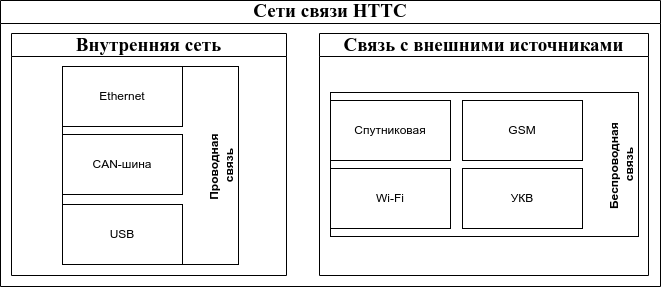
dreddsa5dies/phd keeps this draw.io diagram as Dissertation/images/drawio/ntts_link.drawio.png. Above is the earlier version. Source tidied: cells renumbered, new cells last; positions are measured from the earlier drawing's top-left corner, leaving out a move shared by most shapes.
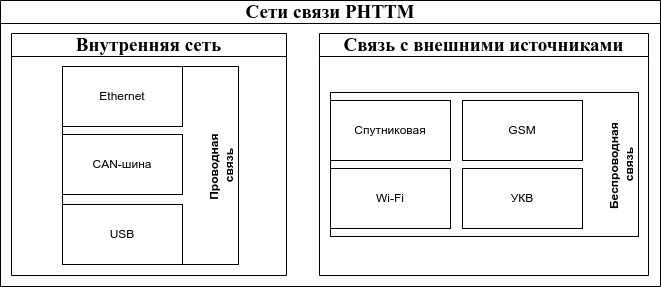
The same diagram one commit later.

What changed in the source:
```diff
@@ -8,7 +8,7 @@
     <mxCell id="3" value="Внутренняя сеть" style="swimlane;whiteSpace=wrap;html=1;fontFamily=Times New Roman;fontSize=19;" parent="1" vertex="1">
       <mxGeometry x="11" y="33" width="275" height="242" as="geometry" />
     </mxCell>
-    <mxCell id="4" value="Сети связи НТТС" style="swimlane;whiteSpace=wrap;html=1;fontFamily=Times New Roman;fontSize=19;" parent="1" vertex="1">
+    <mxCell id="4" value="Сети связи РНТТМ" style="swimlane;whiteSpace=wrap;html=1;fontFamily=Times New Roman;fontSize=19;" parent="1" vertex="1">
       <mxGeometry width="660" height="286" as="geometry" />
     </mxCell>
     <mxCell id="5" value="Проводная&amp;nbsp;&lt;div&gt;связь&lt;/div&gt;" style="rounded=0;whiteSpace=wrap;html=1;align=center;horizontal=0;verticalAlign=bottom;fontStyle=1;" parent="4" vertex="1">
```
